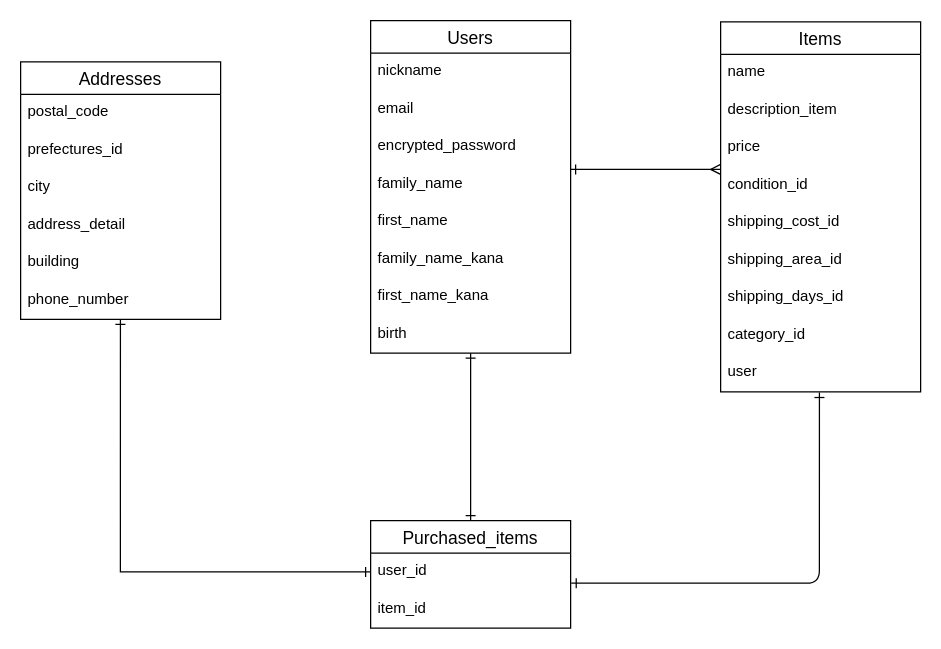
Before: furima_29083.dio in mamesaburo/furima-29083, a draw.io diagram. Source tidied: cells renumbered, new cells numbered last; positions are measured from the earlier drawing's top-left corner, leaving out a move shared by most shapes. Both pictures are drawn from the tidied source at 125%, with x=0, y=0 at pixel (20, 20).
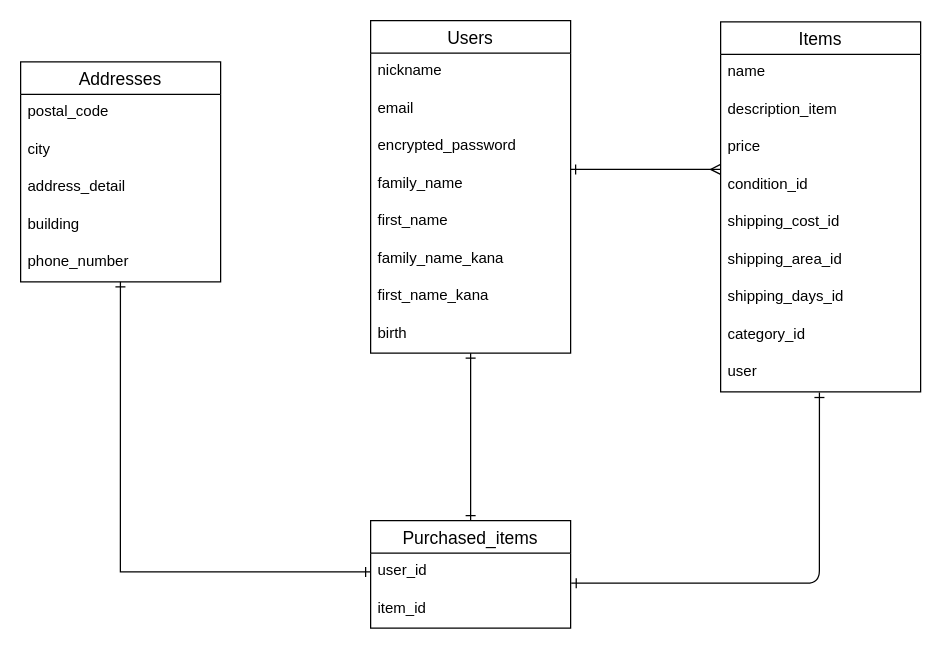
The same page after the edit.

The edit, as a diff of the source:
```diff
@@
     <mxCell id="2" value="Addresses" style="swimlane;fontStyle=0;horizontal=1;startSize=26;align=center;fontSize=14;" parent="1" vertex="1">
-      <mxGeometry y="33" width="160" height="206" as="geometry" />
+      <mxGeometry y="33" width="160" height="176" as="geometry" />
     </mxCell>
@@
-    <mxCell id="4" value="prefectures_id" style="text;strokeColor=none;fillColor=none;spacingLeft=4;spacingRight=4;overflow=hidden;fontSize=12;" parent="2" vertex="1">
-      <mxGeometry y="56" width="160" height="30" as="geometry" />
-    </mxCell>
     <mxCell id="5" value="city" style="text;strokeColor=none;fillColor=none;spacingLeft=4;spacingRight=4;overflow=hidden;fontSize=12;" parent="2" vertex="1">
-      <mxGeometry y="86" width="160" height="30" as="geometry" />
+      <mxGeometry y="56" width="160" height="30" as="geometry" />
     </mxCell>
     <mxCell id="6" value="address_detail" style="text;strokeColor=none;fillColor=none;spacingLeft=4;spacingRight=4;overflow=hidden;fontSize=12;" parent="2" vertex="1">
-      <mxGeometry y="116" width="160" height="30" as="geometry" />
+      <mxGeometry y="86" width="160" height="30" as="geometry" />
     </mxCell>
     <mxCell id="7" value="building" style="text;strokeColor=none;fillColor=none;spacingLeft=4;spacingRight=4;overflow=hidden;fontSize=12;" parent="2" vertex="1">
-      <mxGeometry y="146" width="160" height="30" as="geometry" />
+      <mxGeometry y="116" width="160" height="30" as="geometry" />
     </mxCell>
     <mxCell id="8" value="phone_number" style="text;strokeColor=none;fillColor=none;spacingLeft=4;spacingRight=4;overflow=hidden;points=[[0,0.5],[1,0.5]];portConstraint=eastwest;fontSize=12;" parent="2" vertex="1">
-      <mxGeometry y="176" width="160" height="30" as="geometry" />
+      <mxGeometry y="146" width="160" height="30" as="geometry" />
     </mxCell>
```
